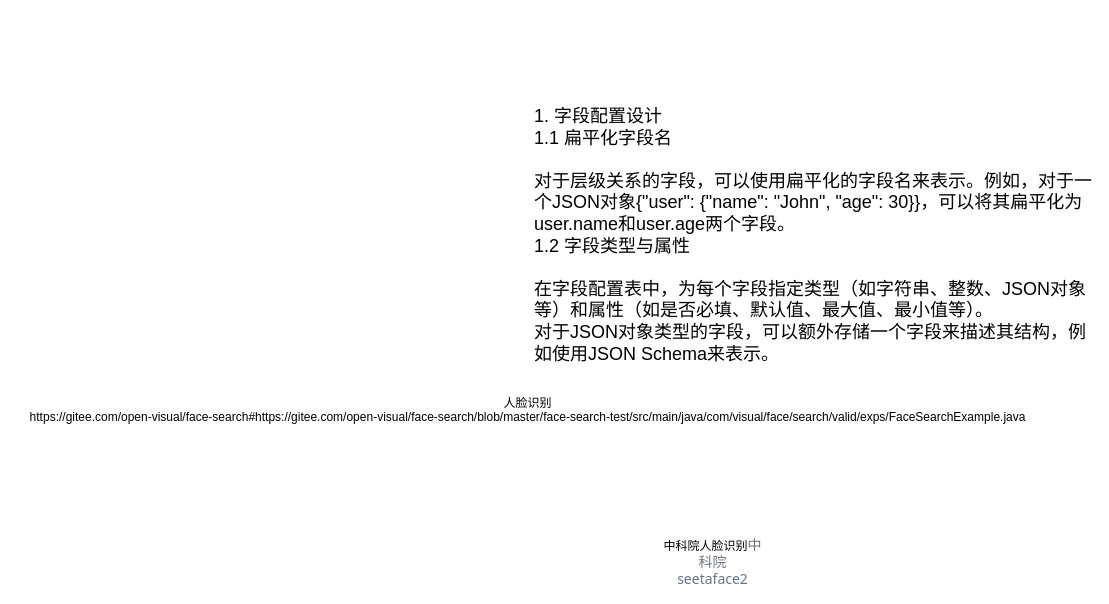
Earlier version of the draw.io diagram page "关于API 思路" (1 of 2) of design-uml/thought work.drawio (alvin-zj/MyUml). Source tidied: cells renumbered, new cells numbered last; positions are measured from the earlier drawing's top-left corner, leaving out a move shared by most shapes. Both pictures are drawn from the tidied source at 100%, with x=0, y=0 at pixel (17, 99).
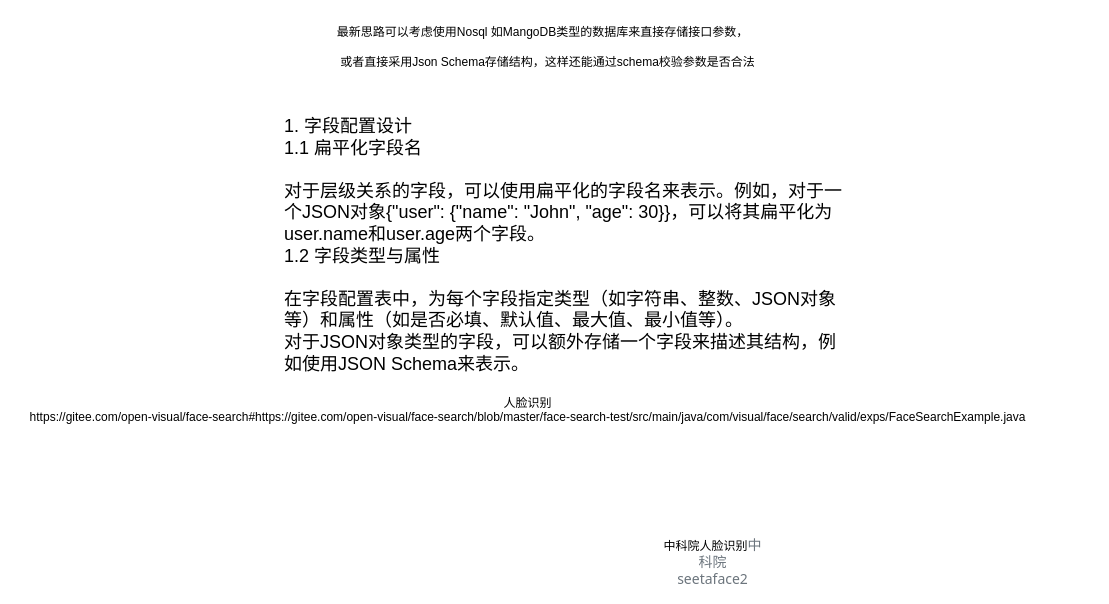
After the change.

What changed in the source:
```diff
@@
 <mxGraphModel>
   <root>
     <mxCell id="0" />
     <mxCell id="1" parent="0" />
     <mxCell id="2" value="1. 字段配置设计&#10;‌1.1 扁平化字段名‌&#10;&#10;对于层级关系的字段，可以使用扁平化的字段名来表示。例如，对于一个JSON对象{&quot;user&quot;: {&quot;name&quot;: &quot;John&quot;, &quot;age&quot;: 30}}，可以将其扁平化为user.name和user.age两个字段。&#10;‌1.2 字段类型与属性‌&#10;&#10;在字段配置表中，为每个字段指定类型（如字符串、整数、JSON对象等）和属性（如是否必填、默认值、最大值、最小值等）。&#10;对于JSON对象类型的字段，可以额外存储一个字段来描述其结构，例如使用JSON Schema来表示。" style="text;whiteSpace=wrap;html=1;fontSize=18;" parent="1" vertex="1">
-      <mxGeometry x="515" width="560" height="180" as="geometry" />
+      <mxGeometry x="265" y="10" width="560" height="180" as="geometry" />
     </mxCell>
     <mxCell id="3" value="人脸识别&lt;div&gt;https://gitee.com/open-visual/face-search#https://gitee.com/open-visual/face-search/blob/master/face-search-test/src/main/java/com/visual/face/search/valid/exps/FaceSearchExample.java&lt;/div&gt;&lt;div&gt;&lt;br&gt;&lt;/div&gt;&lt;div&gt;&lt;br&gt;&lt;/div&gt;" style="text;html=1;align=center;verticalAlign=middle;strokeColor=none;fillColor=none;" parent="1" vertex="1">
       <mxGeometry y="290" width="1020" height="70" as="geometry" />
     </mxCell>
     <mxCell id="4" value="中科院人脸识别&lt;span style=&quot;color: rgb(108, 117, 125); font-family: system-ui, -apple-system, &amp;quot;Segoe UI&amp;quot;, Roboto, &amp;quot;Helvetica Neue&amp;quot;, &amp;quot;Noto Sans&amp;quot;, &amp;quot;Liberation Sans&amp;quot;, Arial, sans-serif, &amp;quot;Apple Color Emoji&amp;quot;, &amp;quot;Segoe UI Emoji&amp;quot;, &amp;quot;Segoe UI Symbol&amp;quot;, &amp;quot;Noto Color Emoji&amp;quot;; font-size: 14px; text-align: start; text-wrap-mode: wrap; background-color: rgb(255, 255, 255);&quot;&gt;中科院seetaface2&lt;/span&gt;" style="text;html=1;align=center;verticalAlign=middle;strokeColor=none;fillColor=none;" parent="1" vertex="1">
       <mxGeometry x="585" y="448" width="220" height="30" as="geometry" />
     </mxCell>
+    <mxCell id="5" value="最新思路可以考虑使用Nosql 如MangoDB类型的数据库来直接存储接口参数，" style="text;html=1;align=center;verticalAlign=middle;strokeColor=none;fillColor=none;" parent="1" vertex="1">
+      <mxGeometry x="310" y="-82" width="430" height="30" as="geometry" />
+    </mxCell>
+    <mxCell id="6" value="或者直接采用Json Schema存储结构，这样还能通过schema校验参数是否合法" style="text;html=1;align=center;verticalAlign=middle;strokeColor=none;fillColor=none;" parent="1" vertex="1">
+      <mxGeometry x="310" y="-52" width="440" height="30" as="geometry" />
+    </mxCell>
   </root>
 </mxGraphModel>
```
